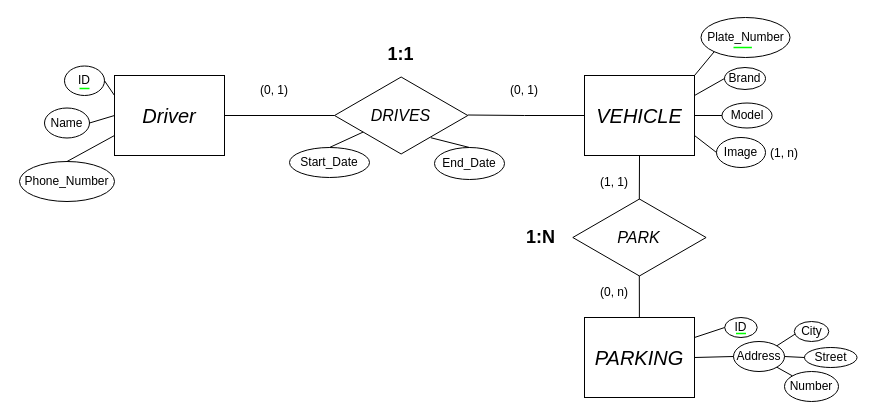
This is Diseño de Bases de Datos Relacionales con MySQL/02 Diseño Conceptual/2do Ejercicio/Ejercicio2.drawio from D4nitrix13/DatabaseGuide, a draw.io file, before an edit. Source tidied: cells renumbered, new cells numbered last; positions are measured from the earlier drawing's top-left corner, leaving out a move shared by most shapes. Both pictures are drawn from the tidied source at 100%, with x=0, y=0 at pixel (19, 17).
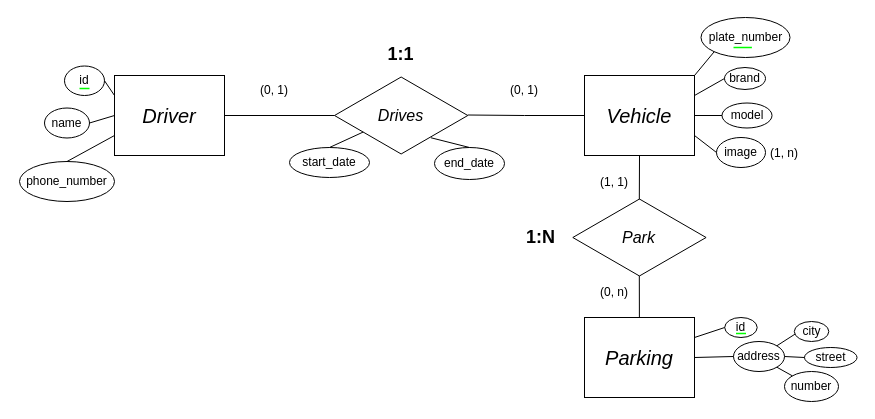
After the change.

The edit, as a diff of the source:
```diff
@@
-    <mxCell id="2" value="ID" style="ellipse;whiteSpace=wrap;html=1;fillColor=none;" parent="1" vertex="1">
+    <mxCell id="2" value="id" style="ellipse;whiteSpace=wrap;html=1;fillColor=none;" parent="1" vertex="1">
       <mxGeometry x="45" y="48.5" width="40" height="29.5" as="geometry" />
     </mxCell>
-    <mxCell id="3" value="ID" style="ellipse;whiteSpace=wrap;html=1;fillColor=none;" parent="1" vertex="1">
+    <mxCell id="3" value="id" style="ellipse;whiteSpace=wrap;html=1;fillColor=none;" parent="1" vertex="1">
       <mxGeometry x="705.2" y="300" width="32.5" height="20" as="geometry" />
     </mxCell>
-    <mxCell id="4" value="Plate_Number" style="ellipse;whiteSpace=wrap;html=1;fillColor=none;" parent="1" vertex="1">
+    <mxCell id="4" value="plate_number" style="ellipse;whiteSpace=wrap;html=1;fillColor=none;" parent="1" vertex="1">
       <mxGeometry x="681.5" width="89" height="40" as="geometry" />
     </mxCell>
@@
-    <mxCell id="6" value="&lt;i style=&quot;&quot;&gt;&lt;font style=&quot;font-size: 20px;&quot;&gt;VEHICLE&lt;/font&gt;&lt;/i&gt;" style="rounded=0;whiteSpace=wrap;html=1;fillColor=none;align=center;" parent="1" vertex="1">
+    <mxCell id="6" value="&lt;i style=&quot;&quot;&gt;&lt;font style=&quot;font-size: 20px;&quot;&gt;Vehicle&lt;/font&gt;&lt;/i&gt;" style="rounded=0;whiteSpace=wrap;html=1;fillColor=none;align=center;" parent="1" vertex="1">
       <mxGeometry x="565" y="58" width="110" height="80" as="geometry" />
     </mxCell>
-    <mxCell id="7" value="&lt;span style=&quot;font-size: 16px;&quot;&gt;&lt;i&gt;DRIVES&lt;/i&gt;&lt;/span&gt;" style="html=1;whiteSpace=wrap;shape=isoRectangle;fillColor=none;" parent="1" vertex="1">
+    <mxCell id="7" value="&lt;span style=&quot;font-size: 16px;&quot;&gt;&lt;i&gt;Drives&lt;/i&gt;&lt;/span&gt;" style="html=1;whiteSpace=wrap;shape=isoRectangle;fillColor=none;" parent="1" vertex="1">
       <mxGeometry x="315" y="58" width="133.3" height="80" as="geometry" />
     </mxCell>
@@
-    <mxCell id="17" value="&lt;i style=&quot;&quot;&gt;&lt;font style=&quot;font-size: 20px;&quot;&gt;PARKING&lt;/font&gt;&lt;/i&gt;" style="rounded=0;whiteSpace=wrap;html=1;fillColor=none;align=center;" parent="1" vertex="1">
+    <mxCell id="17" value="&lt;i style=&quot;&quot;&gt;&lt;font style=&quot;font-size: 20px;&quot;&gt;Parking&lt;/font&gt;&lt;/i&gt;" style="rounded=0;whiteSpace=wrap;html=1;fillColor=none;align=center;" parent="1" vertex="1">
       <mxGeometry x="565" y="300" width="110" height="80" as="geometry" />
     </mxCell>
-    <mxCell id="18" value="&lt;span style=&quot;font-size: 16px;&quot;&gt;&lt;i&gt;PARK&lt;/i&gt;&lt;/span&gt;" style="html=1;whiteSpace=wrap;shape=isoRectangle;fillColor=none;" parent="1" vertex="1">
+    <mxCell id="18" value="&lt;span style=&quot;font-size: 16px;&quot;&gt;&lt;i&gt;Park&lt;/i&gt;&lt;/span&gt;" style="html=1;whiteSpace=wrap;shape=isoRectangle;fillColor=none;" parent="1" vertex="1">
       <mxGeometry x="553.3" y="180" width="133.3" height="80" as="geometry" />
     </mxCell>
@@
-    <mxCell id="28" value="Address" style="ellipse;whiteSpace=wrap;html=1;fillColor=none;" parent="1" vertex="1">
+    <mxCell id="28" value="address" style="ellipse;whiteSpace=wrap;html=1;fillColor=none;" parent="1" vertex="1">
       <mxGeometry x="714" y="324" width="51" height="30" as="geometry" />
     </mxCell>
@@
-    <mxCell id="37" value="City" style="ellipse;whiteSpace=wrap;html=1;fillColor=none;" parent="1" vertex="1">
+    <mxCell id="37" value="city" style="ellipse;whiteSpace=wrap;html=1;fillColor=none;" parent="1" vertex="1">
       <mxGeometry x="774.8" y="304" width="34.5" height="20" as="geometry" />
     </mxCell>
-    <mxCell id="38" value="End_Date" style="ellipse;whiteSpace=wrap;html=1;fillColor=none;" parent="1" vertex="1">
+    <mxCell id="38" value="end_date" style="ellipse;whiteSpace=wrap;html=1;fillColor=none;" parent="1" vertex="1">
       <mxGeometry x="415" y="130" width="70" height="32" as="geometry" />
     </mxCell>
-    <mxCell id="39" value="Start_Date" style="ellipse;whiteSpace=wrap;html=1;fillColor=none;" parent="1" vertex="1">
+    <mxCell id="39" value="start_date" style="ellipse;whiteSpace=wrap;html=1;fillColor=none;" parent="1" vertex="1">
       <mxGeometry x="270" y="130" width="80" height="30" as="geometry" />
     </mxCell>
-    <mxCell id="40" value="Name" style="ellipse;whiteSpace=wrap;html=1;fillColor=none;" parent="1" vertex="1">
+    <mxCell id="40" value="name" style="ellipse;whiteSpace=wrap;html=1;fillColor=none;" parent="1" vertex="1">
       <mxGeometry x="25" y="90.5" width="45" height="30" as="geometry" />
     </mxCell>
-    <mxCell id="41" value="Phone_Number" style="ellipse;whiteSpace=wrap;html=1;fillColor=none;" parent="1" vertex="1">
+    <mxCell id="41" value="phone_number" style="ellipse;whiteSpace=wrap;html=1;fillColor=none;" parent="1" vertex="1">
       <mxGeometry y="144" width="95" height="40" as="geometry" />
     </mxCell>
-    <mxCell id="42" value="Image" style="ellipse;whiteSpace=wrap;html=1;fillColor=none;" parent="1" vertex="1">
+    <mxCell id="42" value="image" style="ellipse;whiteSpace=wrap;html=1;fillColor=none;" parent="1" vertex="1">
       <mxGeometry x="697" y="120" width="49" height="30" as="geometry" />
     </mxCell>
-    <mxCell id="43" value="Model" style="ellipse;whiteSpace=wrap;html=1;fillColor=none;" parent="1" vertex="1">
+    <mxCell id="43" value="model" style="ellipse;whiteSpace=wrap;html=1;fillColor=none;" parent="1" vertex="1">
       <mxGeometry x="702.5" y="85.5" width="50" height="25" as="geometry" />
     </mxCell>
-    <mxCell id="44" value="Brand" style="ellipse;whiteSpace=wrap;html=1;fillColor=none;" parent="1" vertex="1">
+    <mxCell id="44" value="brand" style="ellipse;whiteSpace=wrap;html=1;fillColor=none;" parent="1" vertex="1">
       <mxGeometry x="705" y="50" width="41" height="22" as="geometry" />
     </mxCell>
-    <mxCell id="45" value="Street" style="ellipse;whiteSpace=wrap;html=1;fillColor=none;" parent="1" vertex="1">
+    <mxCell id="45" value="street" style="ellipse;whiteSpace=wrap;html=1;fillColor=none;" parent="1" vertex="1">
       <mxGeometry x="785" y="330" width="52.5" height="20" as="geometry" />
     </mxCell>
-    <mxCell id="46" value="Number" style="ellipse;whiteSpace=wrap;html=1;fillColor=none;" parent="1" vertex="1">
+    <mxCell id="46" value="number" style="ellipse;whiteSpace=wrap;html=1;fillColor=none;" parent="1" vertex="1">
       <mxGeometry x="765" y="354" width="54" height="30" as="geometry" />
     </mxCell>
```
